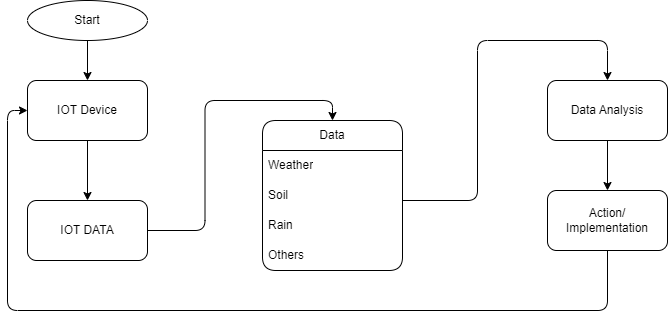
Jagadeeswar-reddy-c/Real-Time-Surveillance-of-Agriculture keeps this draw.io diagram as Daigrams/SimpleInfo.png. Above is the earlier version. Source tidied: cells renumbered, new cells last; positions are measured from the earlier drawing's top-left corner, leaving out a move shared by most shapes. Source of this version:
```xml
<mxGraphModel>
  <root>
    <mxCell id="0" />
    <mxCell id="1" parent="0" />
    <mxCell id="2" style="edgeStyle=orthogonalEdgeStyle;jettySize=auto;html=1;exitX=0.5;exitY=1;exitDx=0;exitDy=0;entryX=0.5;entryY=0;entryDx=0;entryDy=0;labelBorderColor=none;" parent="1" edge="1" source="3" target="15">
      <mxGeometry relative="1" as="geometry" />
    </mxCell>
    <mxCell id="3" value="Start" style="ellipse;whiteSpace=wrap;html=1;rounded=1;labelBorderColor=none;" parent="1" vertex="1">
      <mxGeometry x="20" width="120" height="40" as="geometry" />
    </mxCell>
    <mxCell id="4" style="edgeStyle=orthogonalEdgeStyle;rounded=1;jettySize=auto;html=1;exitX=1;exitY=0.5;exitDx=0;exitDy=0;entryX=0.5;entryY=0;entryDx=0;entryDy=0;labelBorderColor=none;" parent="1" edge="1" source="5" target="7">
      <mxGeometry relative="1" as="geometry" />
    </mxCell>
    <mxCell id="5" value="IOT DATA" style="rounded=1;whiteSpace=wrap;html=1;labelBorderColor=none;" parent="1" vertex="1">
      <mxGeometry x="20" y="200" width="120" height="60" as="geometry" />
    </mxCell>
    <mxCell id="6" style="edgeStyle=orthogonalEdgeStyle;rounded=1;jettySize=auto;html=1;entryX=0.5;entryY=0;entryDx=0;entryDy=0;labelBorderColor=none;" parent="1" edge="1" source="7" target="13">
      <mxGeometry relative="1" as="geometry">
        <Array as="points">
          <mxPoint x="470" y="200" />
          <mxPoint x="470" y="40" />
          <mxPoint x="600" y="40" />
        </Array>
      </mxGeometry>
    </mxCell>
    <mxCell id="7" value="Data" style="swimlane;fontStyle=0;horizontal=1;startSize=30;whiteSpace=wrap;html=1;rounded=1;labelBorderColor=none;" parent="1" vertex="1">
      <mxGeometry x="255" y="120" width="140" height="150" as="geometry" />
    </mxCell>
    <mxCell id="8" value="Weather" style="text;strokeColor=none;fillColor=none;align=left;verticalAlign=middle;spacingLeft=4;spacingRight=4;overflow=hidden;whiteSpace=wrap;html=1;rounded=1;labelBorderColor=none;" parent="7" vertex="1">
      <mxGeometry y="30" width="140" height="30" as="geometry" />
    </mxCell>
    <mxCell id="9" value="Soil" style="text;strokeColor=none;fillColor=none;align=left;verticalAlign=middle;spacingLeft=4;spacingRight=4;overflow=hidden;points=[[0,0.5],[1,0.5]];portConstraint=eastwest;whiteSpace=wrap;html=1;rounded=1;labelBorderColor=none;" parent="7" vertex="1">
      <mxGeometry y="60" width="140" height="30" as="geometry" />
    </mxCell>
    <mxCell id="10" value="Rain" style="text;strokeColor=none;fillColor=none;align=left;verticalAlign=middle;spacingLeft=4;spacingRight=4;overflow=hidden;whiteSpace=wrap;html=1;rounded=1;labelBorderColor=none;" parent="7" vertex="1">
      <mxGeometry y="90" width="140" height="30" as="geometry" />
    </mxCell>
    <mxCell id="11" value="Others" style="text;strokeColor=none;fillColor=none;align=left;verticalAlign=middle;spacingLeft=4;spacingRight=4;overflow=hidden;whiteSpace=wrap;html=1;rounded=1;labelBorderColor=none;" parent="7" vertex="1">
      <mxGeometry y="120" width="140" height="30" as="geometry" />
    </mxCell>
    <mxCell id="12" style="edgeStyle=orthogonalEdgeStyle;jettySize=auto;html=1;exitX=0.5;exitY=1;exitDx=0;exitDy=0;labelBorderColor=none;" parent="1" edge="1" source="13" target="17">
      <mxGeometry relative="1" as="geometry" />
    </mxCell>
    <mxCell id="13" value="Data Analysis" style="rounded=1;whiteSpace=wrap;html=1;labelBorderColor=none;" parent="1" vertex="1">
      <mxGeometry x="540" y="80" width="120" height="60" as="geometry" />
    </mxCell>
    <mxCell id="14" style="edgeStyle=orthogonalEdgeStyle;jettySize=auto;html=1;exitX=0.5;exitY=1;exitDx=0;exitDy=0;entryX=0.5;entryY=0;entryDx=0;entryDy=0;labelBorderColor=none;" parent="1" edge="1" source="15" target="5">
      <mxGeometry relative="1" as="geometry" />
    </mxCell>
    <mxCell id="15" value="IOT Device" style="rounded=1;whiteSpace=wrap;html=1;labelBorderColor=none;" parent="1" vertex="1">
      <mxGeometry x="20" y="80" width="120" height="60" as="geometry" />
    </mxCell>
    <mxCell id="16" style="edgeStyle=orthogonalEdgeStyle;jettySize=auto;html=1;exitX=0.5;exitY=1;exitDx=0;exitDy=0;entryX=0;entryY=0.5;entryDx=0;entryDy=0;labelBorderColor=none;" parent="1" edge="1" source="17" target="15">
      <mxGeometry relative="1" as="geometry">
        <Array as="points">
          <mxPoint x="600" y="310" />
          <mxPoint y="310" />
          <mxPoint y="110" />
        </Array>
      </mxGeometry>
    </mxCell>
    <mxCell id="17" value="Action/&lt;div&gt;Implementation&lt;/div&gt;" style="rounded=1;whiteSpace=wrap;html=1;labelBorderColor=none;" parent="1" vertex="1">
      <mxGeometry x="540" y="190" width="120" height="60" as="geometry" />
    </mxCell>
  </root>
</mxGraphModel>
```
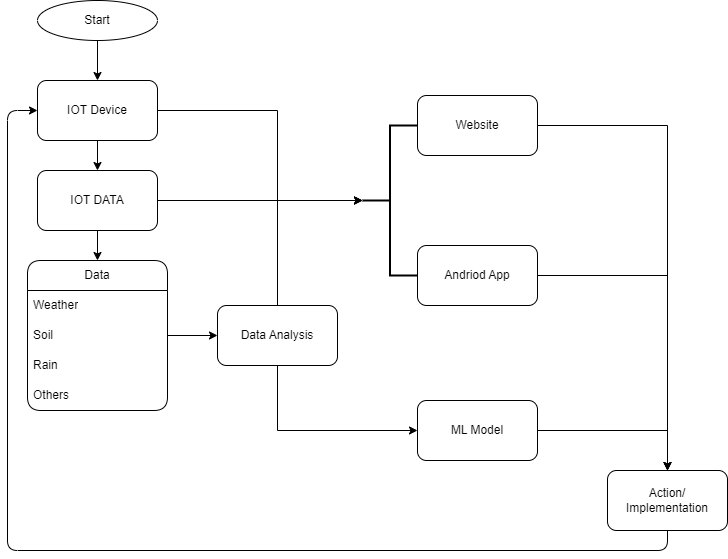
The same file after the commit.

Change to the diagram source:
```diff
@@ -8,23 +8,14 @@
     <mxCell id="3" value="Start" style="ellipse;whiteSpace=wrap;html=1;rounded=1;labelBorderColor=none;" parent="1" vertex="1">
       <mxGeometry x="20" width="120" height="40" as="geometry" />
     </mxCell>
-    <mxCell id="4" style="edgeStyle=orthogonalEdgeStyle;rounded=1;jettySize=auto;html=1;exitX=1;exitY=0.5;exitDx=0;exitDy=0;entryX=0.5;entryY=0;entryDx=0;entryDy=0;labelBorderColor=none;" parent="1" edge="1" source="5" target="7">
+    <mxCell id="4" style="edgeStyle=orthogonalEdgeStyle;rounded=0;jettySize=auto;html=1;exitX=0.5;exitY=1;exitDx=0;exitDy=0;entryX=0.5;entryY=0;entryDx=0;entryDy=0;" parent="1" edge="1" source="5" target="7">
       <mxGeometry relative="1" as="geometry" />
     </mxCell>
     <mxCell id="5" value="IOT DATA" style="rounded=1;whiteSpace=wrap;html=1;labelBorderColor=none;" parent="1" vertex="1">
-      <mxGeometry x="20" y="200" width="120" height="60" as="geometry" />
+      <mxGeometry x="20" y="170" width="120" height="60" as="geometry" />
     </mxCell>
-    <mxCell id="6" style="edgeStyle=orthogonalEdgeStyle;rounded=1;jettySize=auto;html=1;entryX=0.5;entryY=0;entryDx=0;entryDy=0;labelBorderColor=none;" parent="1" edge="1" source="7" target="13">
-      <mxGeometry relative="1" as="geometry">
-        <Array as="points">
-          <mxPoint x="470" y="200" />
-          <mxPoint x="470" y="40" />
-          <mxPoint x="600" y="40" />
-        </Array>
-      </mxGeometry>
-    </mxCell>
     <mxCell id="7" value="Data" style="swimlane;fontStyle=0;horizontal=1;startSize=30;whiteSpace=wrap;html=1;rounded=1;labelBorderColor=none;" parent="1" vertex="1">
-      <mxGeometry x="255" y="120" width="140" height="150" as="geometry" />
+      <mxGeometry x="10" y="260" width="140" height="150" as="geometry" />
     </mxCell>
     <mxCell id="8" value="Weather" style="text;strokeColor=none;fillColor=none;align=left;verticalAlign=middle;spacingLeft=4;spacingRight=4;overflow=hidden;whiteSpace=wrap;html=1;rounded=1;labelBorderColor=none;" parent="7" vertex="1">
       <mxGeometry y="30" width="140" height="30" as="geometry" />
@@ -38,11 +29,11 @@
     <mxCell id="11" value="Others" style="text;strokeColor=none;fillColor=none;align=left;verticalAlign=middle;spacingLeft=4;spacingRight=4;overflow=hidden;whiteSpace=wrap;html=1;rounded=1;labelBorderColor=none;" parent="7" vertex="1">
       <mxGeometry y="120" width="140" height="30" as="geometry" />
     </mxCell>
-    <mxCell id="12" style="edgeStyle=orthogonalEdgeStyle;jettySize=auto;html=1;exitX=0.5;exitY=1;exitDx=0;exitDy=0;labelBorderColor=none;" parent="1" edge="1" source="13" target="17">
-      <mxGeometry relative="1" as="geometry" />
-    </mxCell>
+    <mxCell id="18" style="edgeStyle=orthogonalEdgeStyle;rounded=0;jettySize=auto;html=1;exitX=0.5;exitY=1;exitDx=0;exitDy=0;entryX=0;entryY=0.5;entryDx=0;entryDy=0;" parent="1" edge="1" source="13" target="28">
+      <mxGeometry relative="1" as="geometry" />
+    </mxCell>
     <mxCell id="13" value="Data Analysis" style="rounded=1;whiteSpace=wrap;html=1;labelBorderColor=none;" parent="1" vertex="1">
-      <mxGeometry x="540" y="80" width="120" height="60" as="geometry" />
+      <mxGeometry x="200" y="305" width="120" height="60" as="geometry" />
     </mxCell>
     <mxCell id="14" style="edgeStyle=orthogonalEdgeStyle;jettySize=auto;html=1;exitX=0.5;exitY=1;exitDx=0;exitDy=0;entryX=0.5;entryY=0;entryDx=0;entryDy=0;labelBorderColor=none;" parent="1" edge="1" source="15" target="5">
       <mxGeometry relative="1" as="geometry" />
@@ -53,14 +44,52 @@
     <mxCell id="16" style="edgeStyle=orthogonalEdgeStyle;jettySize=auto;html=1;exitX=0.5;exitY=1;exitDx=0;exitDy=0;entryX=0;entryY=0.5;entryDx=0;entryDy=0;labelBorderColor=none;" parent="1" edge="1" source="17" target="15">
       <mxGeometry relative="1" as="geometry">
         <Array as="points">
-          <mxPoint x="600" y="310" />
-          <mxPoint y="310" />
-          <mxPoint y="110" />
+          <mxPoint x="650" y="550" />
+          <mxPoint x="-10" y="550" />
+          <mxPoint x="-10" y="110" />
         </Array>
       </mxGeometry>
     </mxCell>
     <mxCell id="17" value="Action/&lt;div&gt;Implementation&lt;/div&gt;" style="rounded=1;whiteSpace=wrap;html=1;labelBorderColor=none;" parent="1" vertex="1">
-      <mxGeometry x="540" y="190" width="120" height="60" as="geometry" />
+      <mxGeometry x="590" y="470" width="120" height="60" as="geometry" />
     </mxCell>
+    <mxCell id="19" style="edgeStyle=orthogonalEdgeStyle;rounded=0;jettySize=auto;html=1;exitX=1;exitY=0.5;exitDx=0;exitDy=0;entryX=0.5;entryY=0;entryDx=0;entryDy=0;" parent="1" edge="1" source="20" target="17">
+      <mxGeometry relative="1" as="geometry" />
+    </mxCell>
+    <mxCell id="20" value="Website" style="rounded=1;whiteSpace=wrap;html=1;" parent="1" vertex="1">
+      <mxGeometry x="400" y="95" width="120" height="60" as="geometry" />
+    </mxCell>
+    <mxCell id="21" style="edgeStyle=orthogonalEdgeStyle;rounded=0;jettySize=auto;html=1;exitX=1;exitY=0.5;exitDx=0;exitDy=0;entryX=0.5;entryY=0;entryDx=0;entryDy=0;" parent="1" edge="1" source="22" target="17">
+      <mxGeometry relative="1" as="geometry" />
+    </mxCell>
+    <mxCell id="22" value="Andriod App" style="rounded=1;whiteSpace=wrap;html=1;" parent="1" vertex="1">
+      <mxGeometry x="400" y="245" width="120" height="60" as="geometry" />
+    </mxCell>
+    <mxCell id="23" style="strokeWidth=2;html=1;shape=mxgraph.flowchart.annotation_2;align=left;labelPosition=right;rotation=0;" parent="1" vertex="1">
+      <mxGeometry x="345" y="125" width="55" height="150" as="geometry" />
+    </mxCell>
+    <mxCell id="24" style="edgeStyle=orthogonalEdgeStyle;rounded=0;jettySize=auto;html=1;exitX=0.5;exitY=0;exitDx=0;exitDy=0;entryX=0;entryY=0.5;entryDx=0;entryDy=0;entryPerimeter=0;" parent="1" edge="1" source="13" target="23">
+      <mxGeometry relative="1" as="geometry" />
+    </mxCell>
+    <mxCell id="25" style="edgeStyle=orthogonalEdgeStyle;rounded=0;jettySize=auto;html=1;exitX=1;exitY=0.5;exitDx=0;exitDy=0;entryX=0;entryY=0.5;entryDx=0;entryDy=0;entryPerimeter=0;" parent="1" edge="1" source="15" target="23">
+      <mxGeometry relative="1" as="geometry">
+        <Array as="points">
+          <mxPoint x="260" y="110" />
+          <mxPoint x="260" y="200" />
+        </Array>
+      </mxGeometry>
+    </mxCell>
+    <mxCell id="26" style="edgeStyle=orthogonalEdgeStyle;rounded=0;jettySize=auto;html=1;exitX=1;exitY=0.5;exitDx=0;exitDy=0;entryX=0;entryY=0.5;entryDx=0;entryDy=0;entryPerimeter=0;" parent="1" edge="1" source="5" target="23">
+      <mxGeometry relative="1" as="geometry" />
+    </mxCell>
+    <mxCell id="27" style="edgeStyle=orthogonalEdgeStyle;rounded=0;jettySize=auto;html=1;exitX=1;exitY=0.5;exitDx=0;exitDy=0;entryX=0.5;entryY=0;entryDx=0;entryDy=0;" parent="1" edge="1" source="28" target="17">
+      <mxGeometry relative="1" as="geometry" />
+    </mxCell>
+    <mxCell id="28" value="ML Model" style="rounded=1;whiteSpace=wrap;html=1;" parent="1" vertex="1">
+      <mxGeometry x="400" y="400" width="120" height="60" as="geometry" />
+    </mxCell>
+    <mxCell id="29" style="edgeStyle=orthogonalEdgeStyle;rounded=0;jettySize=auto;html=1;exitX=1;exitY=0.5;exitDx=0;exitDy=0;entryX=0;entryY=0.5;entryDx=0;entryDy=0;" parent="1" edge="1" source="9" target="13">
+      <mxGeometry relative="1" as="geometry" />
+    </mxCell>
   </root>
 </mxGraphModel>
```
